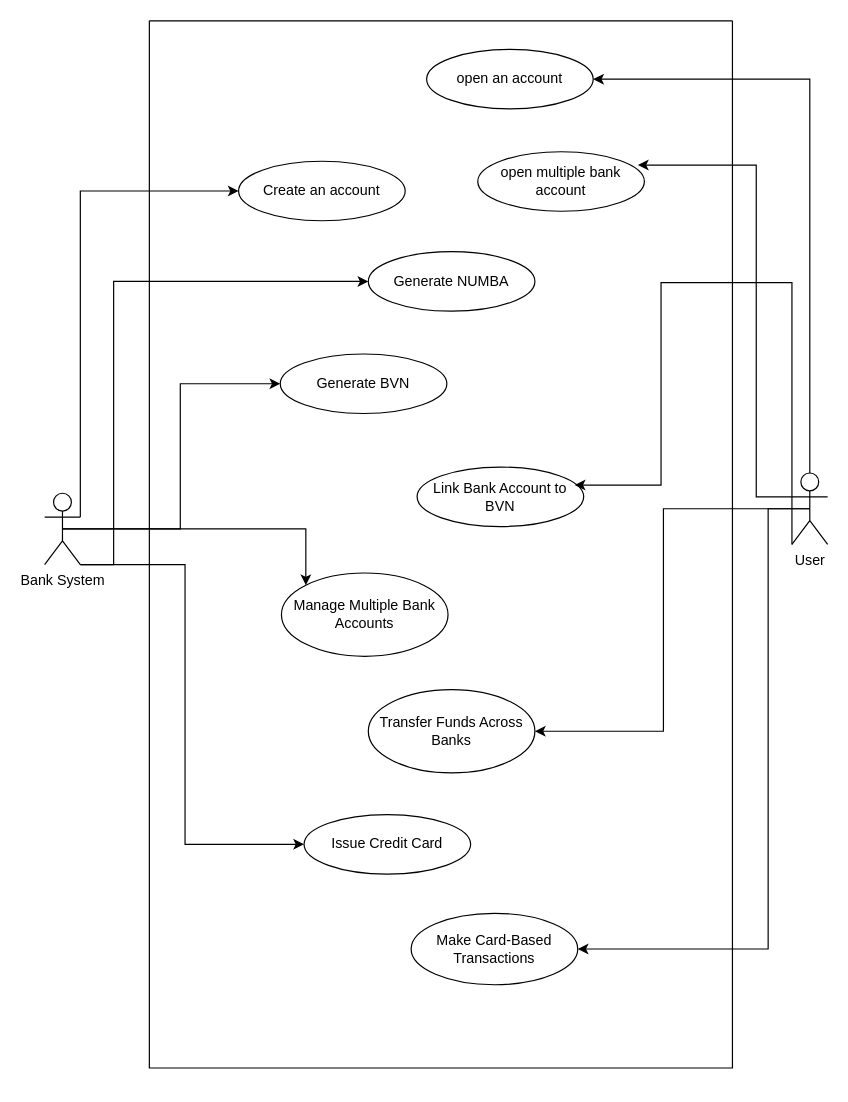
Earlier version of the draw.io diagram Diagrams/Bank System v2.0 Use Case Diagram.drawio (Adamsonoladipupo/Bank-System-v2.0). Source tidied: cells renumbered, new cells numbered last; positions are measured from the earlier drawing's top-left corner, leaving out a move shared by most shapes. Both pictures are drawn from the tidied source at 119%, with x=0, y=0 at pixel (44, 20).
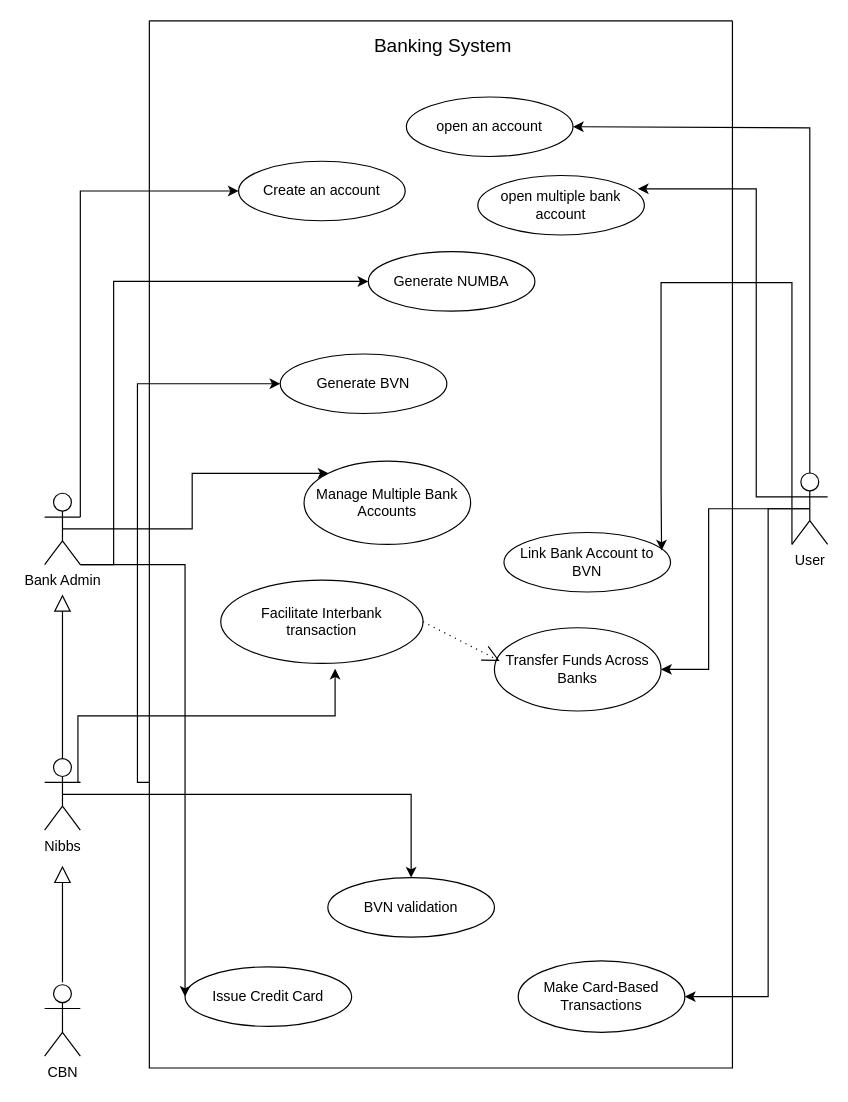
After the change.

The change refers to these unchanged cells:
```xml
<mxCell id="5" value="User" style="shape=umlActor;verticalLabelPosition=bottom;verticalAlign=top;html=1;" parent="1" vertex="1">
  <mxGeometry x="628" y="380" width="30" height="60" as="geometry" />
</mxCell>
<mxCell id="6" style="swimlane;startSize=0;" parent="1" vertex="1">
  <mxGeometry x="88" width="490" height="880" as="geometry" />
</mxCell>
<mxCell id="10" value="Generate BVN" style="ellipse;whiteSpace=wrap;html=1;" parent="6" vertex="1">
  <mxGeometry x="110" y="280" width="140" height="50" as="geometry" />
</mxCell>
```

Change to the diagram source:
```diff
@@
     <mxCell id="2" style="edgeStyle=orthogonalEdgeStyle;rounded=0;jettySize=auto;html=1;exitX=0.25;exitY=0.1;exitDx=0;exitDy=0;exitPerimeter=0;entryX=1;entryY=0.5;entryDx=0;entryDy=0;" parent="1" edge="1" source="5" target="7">
       <mxGeometry relative="1" as="geometry">
         <Array as="points">
           <mxPoint x="643" y="386" />
-          <mxPoint x="643" y="49" />
+          <mxPoint x="643" y="90" />
+          <mxPoint x="444" y="90" />
         </Array>
       </mxGeometry>
     </mxCell>
     <mxCell id="3" style="edgeStyle=orthogonalEdgeStyle;rounded=0;jettySize=auto;html=1;exitX=0.5;exitY=0.5;exitDx=0;exitDy=0;exitPerimeter=0;entryX=1;entryY=0.5;entryDx=0;entryDy=0;" parent="1" edge="1" source="5" target="15">
       <mxGeometry relative="1" as="geometry">
         <Array as="points">
           <mxPoint x="608" y="410" />
-          <mxPoint x="608" y="780" />
+          <mxPoint x="608" y="820" />
         </Array>
       </mxGeometry>
     </mxCell>
     <mxCell id="4" style="edgeStyle=orthogonalEdgeStyle;rounded=0;jettySize=auto;html=1;exitX=0.5;exitY=0.5;exitDx=0;exitDy=0;exitPerimeter=0;entryX=1;entryY=0.5;entryDx=0;entryDy=0;" parent="1" edge="1" source="5" target="13">
-      <mxGeometry relative="1" as="geometry" />
+      <mxGeometry relative="1" as="geometry">
+        <Array as="points">
+          <mxPoint x="558" y="410" />
+          <mxPoint x="558" y="545" />
+        </Array>
+      </mxGeometry>
     </mxCell>
@@
     <mxCell id="7" value="open an account" style="ellipse;whiteSpace=wrap;html=1;" parent="6" vertex="1">
-      <mxGeometry x="233" y="24" width="140" height="50" as="geometry" />
+      <mxGeometry x="216" y="64" width="140" height="50" as="geometry" />
     </mxCell>
@@
     <mxCell id="11" value="Link Bank Account to BVN" style="ellipse;whiteSpace=wrap;html=1;" parent="6" vertex="1">
-      <mxGeometry x="225" y="375" width="140" height="50" as="geometry" />
+      <mxGeometry x="298" y="430" width="140" height="50" as="geometry" />
     </mxCell>
     <mxCell id="12" value="Manage Multiple Bank Accounts" style="ellipse;whiteSpace=wrap;html=1;" parent="6" vertex="1">
-      <mxGeometry x="111" y="464" width="140" height="70" as="geometry" />
+      <mxGeometry x="130" y="370" width="140" height="70" as="geometry" />
     </mxCell>
     <mxCell id="13" value="Transfer Funds Across Banks" style="ellipse;whiteSpace=wrap;html=1;" parent="6" vertex="1">
-      <mxGeometry x="184" y="562" width="140" height="70" as="geometry" />
+      <mxGeometry x="290" y="510" width="140" height="70" as="geometry" />
     </mxCell>
     <mxCell id="14" value="Issue Credit Card" style="ellipse;whiteSpace=wrap;html=1;" parent="6" vertex="1">
-      <mxGeometry x="130" y="667" width="140" height="50" as="geometry" />
+      <mxGeometry x="30" y="795" width="140" height="50" as="geometry" />
     </mxCell>
     <mxCell id="15" value="Make Card-Based Transactions" style="ellipse;whiteSpace=wrap;html=1;" parent="6" vertex="1">
-      <mxGeometry x="220" y="750" width="140" height="60" as="geometry" />
+      <mxGeometry x="310" y="790" width="140" height="60" as="geometry" />
     </mxCell>
     <mxCell id="16" value="open multiple bank account" style="ellipse;whiteSpace=wrap;html=1;" parent="6" vertex="1">
-      <mxGeometry x="276" y="110" width="140" height="50" as="geometry" />
+      <mxGeometry x="276" y="130" width="140" height="50" as="geometry" />
     </mxCell>
+    <mxCell id="25" value="&lt;font style=&quot;font-size: 16px;&quot;&gt;Banking System&lt;/font&gt;" style="text;html=1;whiteSpace=wrap;strokeColor=none;fillColor=none;align=center;verticalAlign=middle;rounded=0;" parent="6" vertex="1">
+      <mxGeometry x="157" y="6" width="180" height="30" as="geometry" />
+    </mxCell>
+    <mxCell id="26" value="BVN validation" style="ellipse;whiteSpace=wrap;html=1;" parent="6" vertex="1">
+      <mxGeometry x="150" y="720" width="140" height="50" as="geometry" />
+    </mxCell>
+    <mxCell id="27" value="Facilitate Interbank&lt;div&gt;transaction&lt;/div&gt;" style="ellipse;whiteSpace=wrap;html=1;" parent="6" vertex="1">
+      <mxGeometry x="60" y="470" width="170" height="70" as="geometry" />
+    </mxCell>
+    <mxCell id="28" style="endArrow=open;endFill=0;endSize=12;html=1;rounded=0;exitX=1;exitY=0.5;exitDx=0;exitDy=0;entryX=0.031;entryY=0.398;entryDx=0;entryDy=0;entryPerimeter=0;dashed=1;dashPattern=1 4;" parent="6" edge="1" source="27" target="13">
+      <mxGeometry relative="1" as="geometry" />
+    </mxCell>
+    <mxCell id="19" style="edgeStyle=orthogonalEdgeStyle;rounded=0;jettySize=auto;html=1;entryX=0;entryY=0.5;entryDx=0;entryDy=0;" parent="6" edge="1" source="6" target="10">
+      <mxGeometry relative="1" as="geometry">
+        <Array as="points">
+          <mxPoint x="-10" y="640" />
+          <mxPoint x="-10" y="305" />
+        </Array>
+      </mxGeometry>
+    </mxCell>
@@
-    <mxCell id="19" style="edgeStyle=orthogonalEdgeStyle;rounded=0;jettySize=auto;html=1;exitX=0.5;exitY=0.5;exitDx=0;exitDy=0;exitPerimeter=0;entryX=0;entryY=0.5;entryDx=0;entryDy=0;" parent="1" edge="1" source="22" target="10">
-      <mxGeometry relative="1" as="geometry" />
-    </mxCell>
     <mxCell id="20" style="edgeStyle=orthogonalEdgeStyle;rounded=0;jettySize=auto;html=1;exitX=1;exitY=1;exitDx=0;exitDy=0;exitPerimeter=0;entryX=0;entryY=0.5;entryDx=0;entryDy=0;" parent="1" edge="1" source="22" target="14">
       <mxGeometry relative="1" as="geometry">
         <Array as="points">
           <mxPoint x="118" y="457" />
-          <mxPoint x="118" y="692" />
         </Array>
       </mxGeometry>
     </mxCell>
@@
-    <mxCell id="22" value="Bank&amp;nbsp;&lt;span style=&quot;background-color: transparent; color: light-dark(rgb(0, 0, 0), rgb(255, 255, 255));&quot;&gt;System&lt;/span&gt;" style="shape=umlActor;verticalLabelPosition=bottom;verticalAlign=top;html=1;" parent="1" vertex="1">
+    <mxCell id="22" value="Bank Admin" style="shape=umlActor;verticalLabelPosition=bottom;verticalAlign=top;html=1;" parent="1" vertex="1">
       <mxGeometry y="397" width="30" height="60" as="geometry" />
     </mxCell>
@@
     <mxCell id="24" style="edgeStyle=orthogonalEdgeStyle;rounded=0;jettySize=auto;html=1;exitX=0;exitY=0.3333333333333333;exitDx=0;exitDy=0;exitPerimeter=0;entryX=0.961;entryY=0.224;entryDx=0;entryDy=0;entryPerimeter=0;" parent="1" edge="1" source="5" target="16">
       <mxGeometry relative="1" as="geometry">
         <Array as="points">
           <mxPoint x="598" y="400" />
-          <mxPoint x="598" y="121" />
+          <mxPoint x="598" y="141" />
         </Array>
       </mxGeometry>
     </mxCell>
+    <mxCell id="29" style="edgeStyle=orthogonalEdgeStyle;rounded=0;jettySize=auto;html=1;exitX=0.5;exitY=0.5;exitDx=0;exitDy=0;exitPerimeter=0;" parent="1" edge="1" source="31" target="26">
+      <mxGeometry relative="1" as="geometry" />
+    </mxCell>
+    <mxCell id="30" style="edgeStyle=orthogonalEdgeStyle;rounded=0;jettySize=auto;html=1;exitX=1;exitY=0.3333333333333333;exitDx=0;exitDy=0;exitPerimeter=0;" parent="1" edge="1" source="31">
+      <mxGeometry relative="1" as="geometry">
+        <mxPoint x="244.1" y="544.4" as="targetPoint" />
+        <Array as="points">
+          <mxPoint x="28" y="640" />
+          <mxPoint x="28" y="584" />
+          <mxPoint x="244" y="584" />
+        </Array>
+      </mxGeometry>
+    </mxCell>
+    <mxCell id="31" value="Nibbs" style="shape=umlActor;verticalLabelPosition=bottom;verticalAlign=top;html=1;outlineConnect=0;" parent="1" vertex="1">
+      <mxGeometry y="620" width="30" height="60" as="geometry" />
+    </mxCell>
+    <mxCell id="32" value="CBN" style="shape=umlActor;verticalLabelPosition=bottom;verticalAlign=top;html=1;" parent="1" vertex="1">
+      <mxGeometry y="810" width="30" height="60" as="geometry" />
+    </mxCell>
+    <mxCell id="33" style="endArrow=block;endFill=0;endSize=12;html=1;rounded=0;exitX=0.5;exitY=0;exitDx=0;exitDy=0;exitPerimeter=0;" parent="1" edge="1" source="31">
+      <mxGeometry relative="1" as="geometry">
+        <mxPoint x="15" y="482" as="targetPoint" />
+      </mxGeometry>
+    </mxCell>
+    <mxCell id="34" style="endArrow=block;endFill=0;endSize=12;html=1;rounded=0;exitX=0.5;exitY=0;exitDx=0;exitDy=0;exitPerimeter=0;" parent="1" edge="1">
+      <mxGeometry relative="1" as="geometry">
+        <mxPoint x="15" y="808" as="sourcePoint" />
+        <mxPoint x="15" y="710" as="targetPoint" />
+      </mxGeometry>
+    </mxCell>
```
